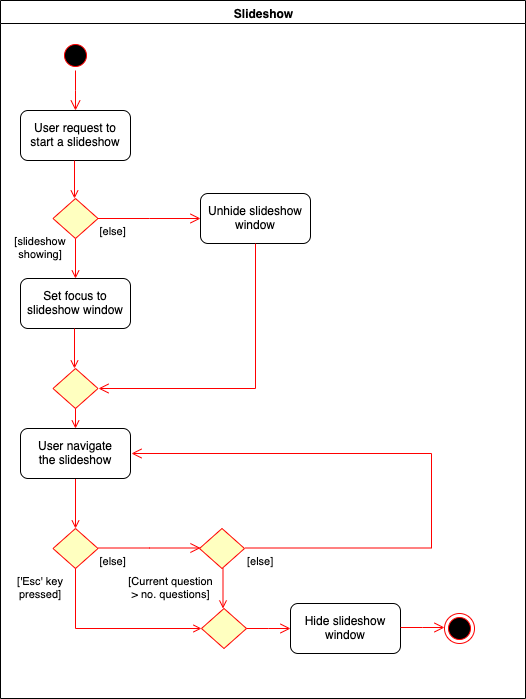
Above: images/SlideshowFeatureActivityDiagram.png in AY1920S1-CS2103T-W13-2/main (draw.io), before the change. Source tidied: cells renumbered, new cells last; positions are measured from the earlier drawing's top-left corner, leaving out a move shared by most shapes. Source of this version:
```xml
<mxGraphModel background="#ffffff">
  <root>
    <mxCell id="0" />
    <mxCell id="1" parent="0" />
    <mxCell id="2" value="Slideshow" style="swimlane;whiteSpace=wrap;" parent="1" vertex="1">
      <mxGeometry width="525" height="698" as="geometry" />
    </mxCell>
    <mxCell id="3" style="ellipse;shape=startState;fillColor=#000000;strokeColor=#ff0000;" parent="2" vertex="1">
      <mxGeometry x="60" y="40" width="30" height="30" as="geometry" />
    </mxCell>
    <mxCell id="4" style="edgeStyle=elbowEdgeStyle;elbow=horizontal;verticalAlign=bottom;endArrow=open;endSize=8;strokeColor=#FF0000;endFill=1;rounded=0;" parent="2" edge="1" source="3" target="5">
      <mxGeometry x="40" y="20" as="geometry" />
    </mxCell>
    <mxCell id="5" value="User request to&#10;start a slideshow" style="rounded=1;" parent="2" vertex="1">
      <mxGeometry x="20" y="110" width="110" height="50" as="geometry" />
    </mxCell>
    <mxCell id="6" value="Set focus to&#10;slideshow window" style="rounded=1;" parent="2" vertex="1">
      <mxGeometry x="20" y="278" width="110" height="50" as="geometry" />
    </mxCell>
    <mxCell id="7" value="[slideshow&#10;showing]" style="endArrow=open;strokeColor=#FF0000;endFill=1;rounded=0;exitX=0.5;exitY=1;exitDx=0;exitDy=0;" parent="2" edge="1" source="8" target="6">
      <mxGeometry x="-0.5" y="-35" relative="1" as="geometry" />
    </mxCell>
    <mxCell id="8" style="rhombus;fillColor=#ffffc0;strokeColor=#ff0000;" parent="2" vertex="1">
      <mxGeometry x="52.5" y="198" width="45" height="40" as="geometry" />
    </mxCell>
    <mxCell id="9" value="[else]" style="edgeStyle=elbowEdgeStyle;elbow=horizontal;align=left;verticalAlign=top;endArrow=open;endSize=8;strokeColor=#FF0000;endFill=1;rounded=0;" parent="2" edge="1" source="8" target="10">
      <mxGeometry x="-1" relative="1" as="geometry" />
    </mxCell>
    <mxCell id="10" value="Unhide slideshow&#10;window" style="rounded=1;" parent="2" vertex="1">
      <mxGeometry x="200" y="193" width="110" height="50" as="geometry" />
    </mxCell>
    <mxCell id="11" style="ellipse;shape=endState;fillColor=#000000;strokeColor=#ff0000;" parent="2" vertex="1">
      <mxGeometry x="444" y="613" width="30" height="30" as="geometry" />
    </mxCell>
    <mxCell id="12" style="endArrow=open;strokeColor=#FF0000;endFill=1;rounded=0;" parent="2" edge="1">
      <mxGeometry x="0.47" y="56" relative="1" as="geometry">
        <mxPoint x="74" y="160" as="sourcePoint" />
        <mxPoint x="74" y="198" as="targetPoint" />
      </mxGeometry>
    </mxCell>
    <mxCell id="13" style="rhombus;fillColor=#ffffc0;strokeColor=#ff0000;" parent="2" vertex="1">
      <mxGeometry x="52.5" y="368" width="45" height="40" as="geometry" />
    </mxCell>
    <mxCell id="14" style="endArrow=open;strokeColor=#FF0000;endFill=1;rounded=0;exitX=0.5;exitY=1;exitDx=0;exitDy=0;" parent="2" edge="1">
      <mxGeometry x="-0.77" y="-15" relative="1" as="geometry">
        <mxPoint x="74" y="328" as="sourcePoint" />
        <mxPoint x="74" y="368" as="targetPoint" />
      </mxGeometry>
    </mxCell>
    <mxCell id="15" style="edgeStyle=elbowEdgeStyle;elbow=horizontal;align=left;verticalAlign=top;endArrow=open;endSize=8;strokeColor=#FF0000;endFill=1;rounded=0;exitX=0.5;exitY=1;exitDx=0;exitDy=0;entryX=1;entryY=0.5;entryDx=0;entryDy=0;" parent="2" edge="1" source="10" target="13">
      <mxGeometry x="-1" relative="1" as="geometry">
        <Array as="points">
          <mxPoint x="255" y="328" />
        </Array>
      </mxGeometry>
    </mxCell>
    <mxCell id="16" style="rhombus;fillColor=#ffffc0;strokeColor=#ff0000;" parent="2" vertex="1">
      <mxGeometry x="52.5" y="528" width="45" height="40" as="geometry" />
    </mxCell>
    <mxCell id="17" style="endArrow=open;strokeColor=#FF0000;endFill=1;rounded=0;exitX=0.5;exitY=1;exitDx=0;exitDy=0;entryX=0.5;entryY=0;entryDx=0;entryDy=0;" parent="2" edge="1" source="23" target="16">
      <mxGeometry x="0.5" y="56" relative="1" as="geometry" />
    </mxCell>
    <mxCell id="18" value="['Esc' key&#10;pressed]" style="endArrow=open;strokeColor=#FF0000;endFill=1;rounded=0;exitX=0.5;exitY=1;exitDx=0;exitDy=0;entryX=0;entryY=0.5;entryDx=0;entryDy=0;" parent="2" edge="1" target="25">
      <mxGeometry x="-0.78" y="-35" relative="1" as="geometry">
        <mxPoint x="75" y="568" as="sourcePoint" />
        <Array as="points">
          <mxPoint x="75" y="628" />
        </Array>
      </mxGeometry>
    </mxCell>
    <mxCell id="19" value="[else]" style="edgeStyle=elbowEdgeStyle;elbow=horizontal;align=left;verticalAlign=top;endArrow=open;endSize=8;strokeColor=#FF0000;endFill=1;rounded=0;" parent="2" edge="1">
      <mxGeometry x="-1" relative="1" as="geometry">
        <mxPoint x="97.5" y="547.5" as="sourcePoint" />
        <mxPoint x="200" y="547.5" as="targetPoint" />
      </mxGeometry>
    </mxCell>
    <mxCell id="20" style="rhombus;fillColor=#ffffc0;strokeColor=#ff0000;" parent="2" vertex="1">
      <mxGeometry x="199" y="528" width="45" height="40" as="geometry" />
    </mxCell>
    <mxCell id="21" value="[Current question &#10;&gt; no. questions]" style="endArrow=open;strokeColor=#FF0000;endFill=1;rounded=0;exitX=0.5;exitY=1;exitDx=0;exitDy=0;" parent="2" edge="1">
      <mxGeometry y="-52" relative="1" as="geometry">
        <mxPoint x="222.5" y="568" as="sourcePoint" />
        <mxPoint x="222.5" y="608" as="targetPoint" />
      </mxGeometry>
    </mxCell>
    <mxCell id="22" value="[else]" style="edgeStyle=elbowEdgeStyle;elbow=horizontal;align=left;verticalAlign=top;endArrow=open;endSize=8;strokeColor=#FF0000;endFill=1;rounded=0;entryX=1;entryY=0.5;entryDx=0;entryDy=0;" parent="2" edge="1">
      <mxGeometry x="-1" relative="1" as="geometry">
        <mxPoint x="245" y="547.5" as="sourcePoint" />
        <mxPoint x="131" y="453" as="targetPoint" />
        <Array as="points">
          <mxPoint x="431" y="498" />
        </Array>
      </mxGeometry>
    </mxCell>
    <mxCell id="23" value="User navigate&#10;the slideshow" style="rounded=1;" parent="2" vertex="1">
      <mxGeometry x="20" y="428" width="110" height="50" as="geometry" />
    </mxCell>
    <mxCell id="24" style="endArrow=open;strokeColor=#FF0000;endFill=1;rounded=0;exitX=0.5;exitY=1;exitDx=0;exitDy=0;" parent="2" edge="1">
      <mxGeometry x="-0.77" y="-15" relative="1" as="geometry">
        <mxPoint x="75" y="408" as="sourcePoint" />
        <mxPoint x="75" y="428" as="targetPoint" />
      </mxGeometry>
    </mxCell>
    <mxCell id="25" style="rhombus;fillColor=#ffffc0;strokeColor=#ff0000;" parent="2" vertex="1">
      <mxGeometry x="201" y="608" width="45" height="40" as="geometry" />
    </mxCell>
    <mxCell id="26" style="edgeStyle=elbowEdgeStyle;elbow=horizontal;align=left;verticalAlign=top;endArrow=open;endSize=8;strokeColor=#FF0000;endFill=1;rounded=0;entryX=0;entryY=0.5;entryDx=0;entryDy=0;" parent="2" edge="1" target="27">
      <mxGeometry x="-1" relative="1" as="geometry">
        <mxPoint x="246" y="628" as="sourcePoint" />
      </mxGeometry>
    </mxCell>
    <mxCell id="27" value="Hide slideshow&#10;window" style="rounded=1;" parent="2" vertex="1">
      <mxGeometry x="290" y="603" width="110" height="50" as="geometry" />
    </mxCell>
    <mxCell id="28" style="edgeStyle=elbowEdgeStyle;elbow=horizontal;align=left;verticalAlign=top;endArrow=open;endSize=8;strokeColor=#FF0000;endFill=1;rounded=0;entryX=0;entryY=0.5;entryDx=0;entryDy=0;" parent="2" edge="1">
      <mxGeometry x="-1" relative="1" as="geometry">
        <mxPoint x="400" y="627" as="sourcePoint" />
        <mxPoint x="444" y="627" as="targetPoint" />
      </mxGeometry>
    </mxCell>
  </root>
</mxGraphModel>
```
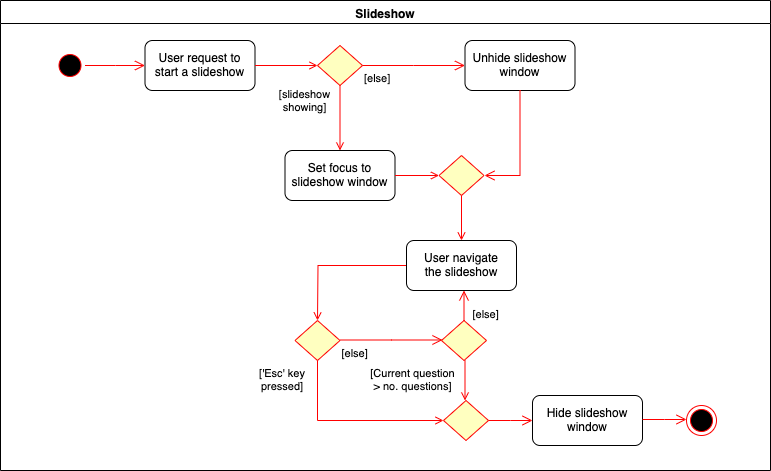
Later version of the same file.

Diff of the diagram source:
```diff
@@ -3,119 +3,115 @@
     <mxCell id="0" />
     <mxCell id="1" parent="0" />
     <mxCell id="2" value="Slideshow" style="swimlane;whiteSpace=wrap;" parent="1" vertex="1">
-      <mxGeometry width="525" height="698" as="geometry" />
+      <mxGeometry width="770" height="470" as="geometry" />
     </mxCell>
     <mxCell id="3" style="ellipse;shape=startState;fillColor=#000000;strokeColor=#ff0000;" parent="2" vertex="1">
-      <mxGeometry x="60" y="40" width="30" height="30" as="geometry" />
+      <mxGeometry x="54.5" y="50" width="30" height="30" as="geometry" />
     </mxCell>
     <mxCell id="4" style="edgeStyle=elbowEdgeStyle;elbow=horizontal;verticalAlign=bottom;endArrow=open;endSize=8;strokeColor=#FF0000;endFill=1;rounded=0;" parent="2" edge="1" source="3" target="5">
-      <mxGeometry x="40" y="20" as="geometry" />
+      <mxGeometry x="34.5" y="30" as="geometry" />
     </mxCell>
     <mxCell id="5" value="User request to&#10;start a slideshow" style="rounded=1;" parent="2" vertex="1">
-      <mxGeometry x="20" y="110" width="110" height="50" as="geometry" />
+      <mxGeometry x="144.5" y="40" width="110" height="50" as="geometry" />
     </mxCell>
     <mxCell id="6" value="Set focus to&#10;slideshow window" style="rounded=1;" parent="2" vertex="1">
-      <mxGeometry x="20" y="278" width="110" height="50" as="geometry" />
+      <mxGeometry x="284.5" y="150" width="110" height="50" as="geometry" />
     </mxCell>
     <mxCell id="7" value="[slideshow&#10;showing]" style="endArrow=open;strokeColor=#FF0000;endFill=1;rounded=0;exitX=0.5;exitY=1;exitDx=0;exitDy=0;" parent="2" edge="1" source="8" target="6">
       <mxGeometry x="-0.5" y="-35" relative="1" as="geometry" />
     </mxCell>
     <mxCell id="8" style="rhombus;fillColor=#ffffc0;strokeColor=#ff0000;" parent="2" vertex="1">
-      <mxGeometry x="52.5" y="198" width="45" height="40" as="geometry" />
+      <mxGeometry x="317" y="45" width="45" height="40" as="geometry" />
     </mxCell>
     <mxCell id="9" value="[else]" style="edgeStyle=elbowEdgeStyle;elbow=horizontal;align=left;verticalAlign=top;endArrow=open;endSize=8;strokeColor=#FF0000;endFill=1;rounded=0;" parent="2" edge="1" source="8" target="10">
       <mxGeometry x="-1" relative="1" as="geometry" />
     </mxCell>
     <mxCell id="10" value="Unhide slideshow&#10;window" style="rounded=1;" parent="2" vertex="1">
-      <mxGeometry x="200" y="193" width="110" height="50" as="geometry" />
+      <mxGeometry x="464.5" y="40" width="110" height="50" as="geometry" />
     </mxCell>
     <mxCell id="11" style="ellipse;shape=endState;fillColor=#000000;strokeColor=#ff0000;" parent="2" vertex="1">
-      <mxGeometry x="444" y="613" width="30" height="30" as="geometry" />
+      <mxGeometry x="686" y="405" width="30" height="30" as="geometry" />
     </mxCell>
-    <mxCell id="12" style="endArrow=open;strokeColor=#FF0000;endFill=1;rounded=0;" parent="2" edge="1">
-      <mxGeometry x="0.47" y="56" relative="1" as="geometry">
-        <mxPoint x="74" y="160" as="sourcePoint" />
-        <mxPoint x="74" y="198" as="targetPoint" />
-      </mxGeometry>
+    <mxCell id="12" style="endArrow=open;strokeColor=#FF0000;endFill=1;rounded=0;exitX=1;exitY=0.5;exitDx=0;exitDy=0;entryX=0;entryY=0.5;entryDx=0;entryDy=0;" parent="2" edge="1" source="5" target="8">
+      <mxGeometry x="0.47" y="56" relative="1" as="geometry" />
     </mxCell>
     <mxCell id="13" style="rhombus;fillColor=#ffffc0;strokeColor=#ff0000;" parent="2" vertex="1">
-      <mxGeometry x="52.5" y="368" width="45" height="40" as="geometry" />
+      <mxGeometry x="438.5" y="155" width="45" height="40" as="geometry" />
     </mxCell>
-    <mxCell id="14" style="endArrow=open;strokeColor=#FF0000;endFill=1;rounded=0;exitX=0.5;exitY=1;exitDx=0;exitDy=0;" parent="2" edge="1">
-      <mxGeometry x="-0.77" y="-15" relative="1" as="geometry">
-        <mxPoint x="74" y="328" as="sourcePoint" />
-        <mxPoint x="74" y="368" as="targetPoint" />
-      </mxGeometry>
+    <mxCell id="14" style="endArrow=open;strokeColor=#FF0000;endFill=1;rounded=0;exitX=1;exitY=0.5;exitDx=0;exitDy=0;entryX=0;entryY=0.5;entryDx=0;entryDy=0;" parent="2" edge="1" source="6" target="13">
+      <mxGeometry x="-0.77" y="-15" relative="1" as="geometry" />
     </mxCell>
     <mxCell id="15" style="edgeStyle=elbowEdgeStyle;elbow=horizontal;align=left;verticalAlign=top;endArrow=open;endSize=8;strokeColor=#FF0000;endFill=1;rounded=0;exitX=0.5;exitY=1;exitDx=0;exitDy=0;entryX=1;entryY=0.5;entryDx=0;entryDy=0;" parent="2" edge="1" source="10" target="13">
       <mxGeometry x="-1" relative="1" as="geometry">
         <Array as="points">
-          <mxPoint x="255" y="328" />
+          <mxPoint x="519.5" y="175" />
+          <mxPoint x="514.5" y="175" />
         </Array>
       </mxGeometry>
     </mxCell>
     <mxCell id="16" style="rhombus;fillColor=#ffffc0;strokeColor=#ff0000;" parent="2" vertex="1">
-      <mxGeometry x="52.5" y="528" width="45" height="40" as="geometry" />
+      <mxGeometry x="294.5" y="320" width="45" height="40" as="geometry" />
     </mxCell>
-    <mxCell id="17" style="endArrow=open;strokeColor=#FF0000;endFill=1;rounded=0;exitX=0.5;exitY=1;exitDx=0;exitDy=0;entryX=0.5;entryY=0;entryDx=0;entryDy=0;" parent="2" edge="1" source="23" target="16">
-      <mxGeometry x="0.5" y="56" relative="1" as="geometry" />
+    <mxCell id="17" style="endArrow=open;strokeColor=#FF0000;endFill=1;rounded=0;exitX=0;exitY=0.5;exitDx=0;exitDy=0;entryX=0.5;entryY=0;entryDx=0;entryDy=0;" parent="2" edge="1" source="23" target="16">
+      <mxGeometry x="0.5" y="56" relative="1" as="geometry">
+        <Array as="points">
+          <mxPoint x="317.5" y="265" />
+        </Array>
+      </mxGeometry>
     </mxCell>
     <mxCell id="18" value="['Esc' key&#10;pressed]" style="endArrow=open;strokeColor=#FF0000;endFill=1;rounded=0;exitX=0.5;exitY=1;exitDx=0;exitDy=0;entryX=0;entryY=0.5;entryDx=0;entryDy=0;" parent="2" edge="1" target="25">
       <mxGeometry x="-0.78" y="-35" relative="1" as="geometry">
-        <mxPoint x="75" y="568" as="sourcePoint" />
+        <mxPoint x="317" y="360" as="sourcePoint" />
         <Array as="points">
-          <mxPoint x="75" y="628" />
+          <mxPoint x="317" y="420" />
         </Array>
       </mxGeometry>
     </mxCell>
     <mxCell id="19" value="[else]" style="edgeStyle=elbowEdgeStyle;elbow=horizontal;align=left;verticalAlign=top;endArrow=open;endSize=8;strokeColor=#FF0000;endFill=1;rounded=0;" parent="2" edge="1">
       <mxGeometry x="-1" relative="1" as="geometry">
-        <mxPoint x="97.5" y="547.5" as="sourcePoint" />
-        <mxPoint x="200" y="547.5" as="targetPoint" />
+        <mxPoint x="339.5" y="339.5" as="sourcePoint" />
+        <mxPoint x="442" y="339.5" as="targetPoint" />
       </mxGeometry>
     </mxCell>
     <mxCell id="20" style="rhombus;fillColor=#ffffc0;strokeColor=#ff0000;" parent="2" vertex="1">
-      <mxGeometry x="199" y="528" width="45" height="40" as="geometry" />
+      <mxGeometry x="441" y="320" width="45" height="40" as="geometry" />
     </mxCell>
     <mxCell id="21" value="[Current question &#10;&gt; no. questions]" style="endArrow=open;strokeColor=#FF0000;endFill=1;rounded=0;exitX=0.5;exitY=1;exitDx=0;exitDy=0;" parent="2" edge="1">
       <mxGeometry y="-52" relative="1" as="geometry">
-        <mxPoint x="222.5" y="568" as="sourcePoint" />
-        <mxPoint x="222.5" y="608" as="targetPoint" />
+        <mxPoint x="464.5" y="360" as="sourcePoint" />
+        <mxPoint x="464.5" y="400" as="targetPoint" />
       </mxGeometry>
     </mxCell>
-    <mxCell id="22" value="[else]" style="edgeStyle=elbowEdgeStyle;elbow=horizontal;align=left;verticalAlign=top;endArrow=open;endSize=8;strokeColor=#FF0000;endFill=1;rounded=0;entryX=1;entryY=0.5;entryDx=0;entryDy=0;" parent="2" edge="1">
-      <mxGeometry x="-1" relative="1" as="geometry">
-        <mxPoint x="245" y="547.5" as="sourcePoint" />
-        <mxPoint x="131" y="453" as="targetPoint" />
+    <mxCell id="22" value="[else]" style="edgeStyle=elbowEdgeStyle;elbow=horizontal;align=left;verticalAlign=top;endArrow=open;endSize=8;strokeColor=#FF0000;endFill=1;rounded=0;entryX=0.5;entryY=1;entryDx=0;entryDy=0;exitX=0.5;exitY=0;exitDx=0;exitDy=0;" parent="2" edge="1" source="20">
+      <mxGeometry x="0.34" y="-6" relative="1" as="geometry">
+        <mxPoint x="463.5" y="290" as="targetPoint" />
         <Array as="points">
-          <mxPoint x="431" y="498" />
+          <mxPoint x="463.5" y="300" />
         </Array>
+        <mxPoint x="1" y="1" as="offset" />
       </mxGeometry>
     </mxCell>
     <mxCell id="23" value="User navigate&#10;the slideshow" style="rounded=1;" parent="2" vertex="1">
-      <mxGeometry x="20" y="428" width="110" height="50" as="geometry" />
+      <mxGeometry x="406" y="240" width="110" height="50" as="geometry" />
     </mxCell>
-    <mxCell id="24" style="endArrow=open;strokeColor=#FF0000;endFill=1;rounded=0;exitX=0.5;exitY=1;exitDx=0;exitDy=0;" parent="2" edge="1">
-      <mxGeometry x="-0.77" y="-15" relative="1" as="geometry">
-        <mxPoint x="75" y="408" as="sourcePoint" />
-        <mxPoint x="75" y="428" as="targetPoint" />
-      </mxGeometry>
+    <mxCell id="24" style="endArrow=open;strokeColor=#FF0000;endFill=1;rounded=0;exitX=0.5;exitY=1;exitDx=0;exitDy=0;" parent="2" edge="1" source="13" target="23">
+      <mxGeometry x="-0.77" y="-15" relative="1" as="geometry" />
     </mxCell>
     <mxCell id="25" style="rhombus;fillColor=#ffffc0;strokeColor=#ff0000;" parent="2" vertex="1">
-      <mxGeometry x="201" y="608" width="45" height="40" as="geometry" />
+      <mxGeometry x="443" y="400" width="45" height="40" as="geometry" />
     </mxCell>
     <mxCell id="26" style="edgeStyle=elbowEdgeStyle;elbow=horizontal;align=left;verticalAlign=top;endArrow=open;endSize=8;strokeColor=#FF0000;endFill=1;rounded=0;entryX=0;entryY=0.5;entryDx=0;entryDy=0;" parent="2" edge="1" target="27">
       <mxGeometry x="-1" relative="1" as="geometry">
-        <mxPoint x="246" y="628" as="sourcePoint" />
+        <mxPoint x="488" y="420" as="sourcePoint" />
       </mxGeometry>
     </mxCell>
     <mxCell id="27" value="Hide slideshow&#10;window" style="rounded=1;" parent="2" vertex="1">
-      <mxGeometry x="290" y="603" width="110" height="50" as="geometry" />
+      <mxGeometry x="532" y="395" width="110" height="50" as="geometry" />
     </mxCell>
     <mxCell id="28" style="edgeStyle=elbowEdgeStyle;elbow=horizontal;align=left;verticalAlign=top;endArrow=open;endSize=8;strokeColor=#FF0000;endFill=1;rounded=0;entryX=0;entryY=0.5;entryDx=0;entryDy=0;" parent="2" edge="1">
       <mxGeometry x="-1" relative="1" as="geometry">
-        <mxPoint x="400" y="627" as="sourcePoint" />
-        <mxPoint x="444" y="627" as="targetPoint" />
+        <mxPoint x="642" y="419" as="sourcePoint" />
+        <mxPoint x="686" y="419" as="targetPoint" />
       </mxGeometry>
     </mxCell>
   </root>
```
